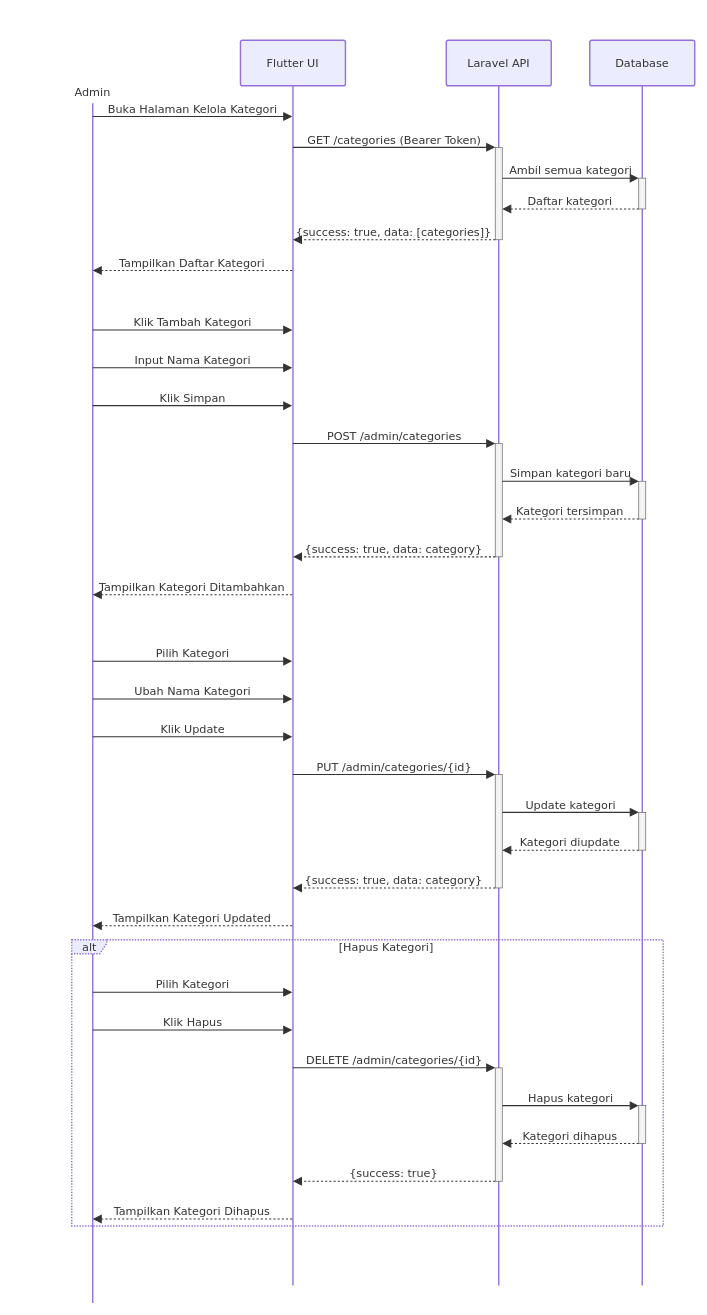
Earlier version of the draw.io diagram page "kelola kategori" (4 of 18) of assets/uml/sequence warmindo.drawio (RIOKOWI/warmindo_purnama_flutter). Source tidied: cells renumbered, new cells numbered last; positions are measured from the earlier drawing's top-left corner, leaving out a move shared by most shapes. Both pictures are drawn from the tidied source at 70%, with x=0, y=0 at pixel (12, 12).
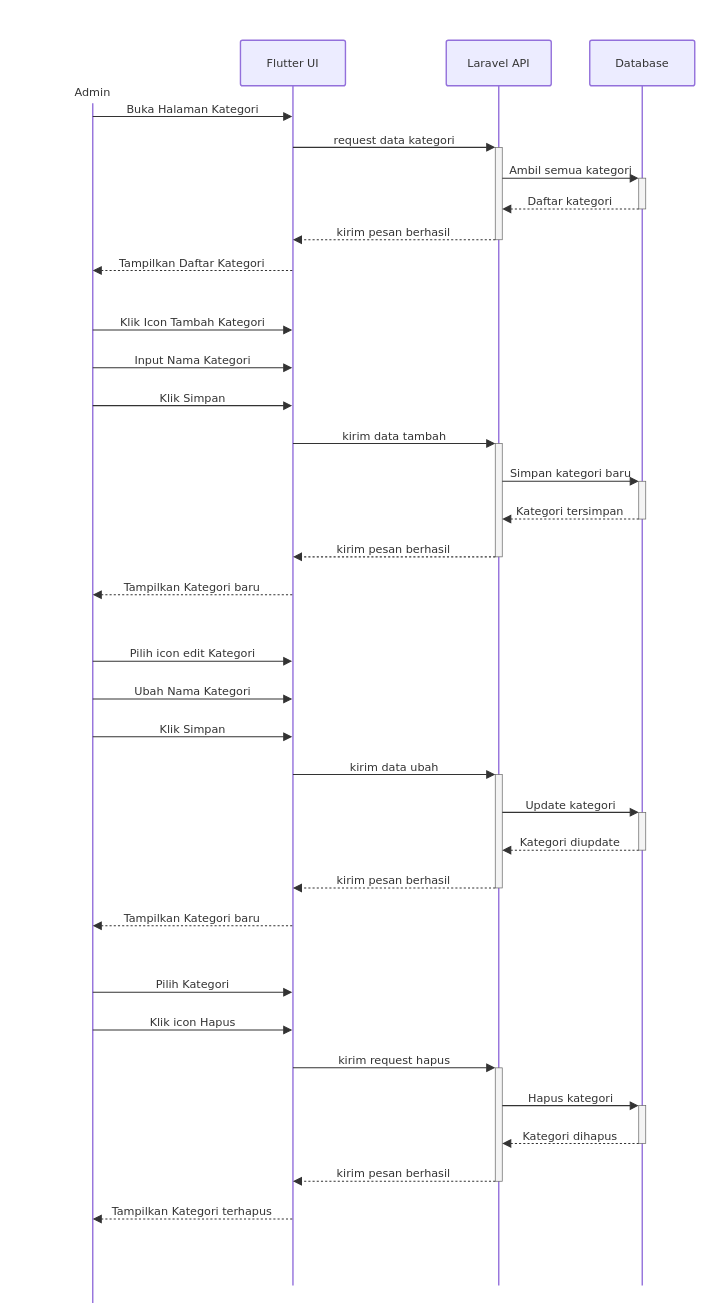
The same page after the edit.

Unchanged cells that the change refers to:
```xml
<mxCell id="2" style="group;transparentBounds=1;editIcon=1;lockedGroup=0;groupPadding=20;" parent="1" vertex="1">
  <mxGeometry as="geometry" />
</mxCell>
<mxCell id="3" value="Admin" style="html=1;shape=umlLifeline;perimeter=lifelinePerimeter;whiteSpace=wrap;outlineConnect=0;portConstraint=eastwest;newEdgeStyle={&quot;edgeStyle&quot;:&quot;elbowEdgeStyle&quot;,&quot;elbow&quot;:&quot;vertical&quot;,&quot;curved&quot;:0,&quot;rounded&quot;:0};lifelineDashed=0;strokeWidth=2;rounded=1;absoluteArcSize=1;arcSize=6;lifelineColor=light-dark(#9370DB,#cccccc);participant=seqActorStick;verticalAlign=bottom;align=center;spacingBottom=4;size=90;lifelineMirror=1;fillColor=light-dark(#ECECFF,#1f2020);strokeColor=light-dark(#9370DB,#cccccc);fontColor=light-dark(#333333,#cccccc);fontFamily=Trebuchet MS,Verdana,Arial,sans-serif;fontSize=16;" parent="2" vertex="1">
  <mxGeometry x="40" y="40" width="150" height="1804" as="geometry" />
</mxCell>
<mxCell id="4" value="Flutter UI" style="html=1;shape=umlLifeline;perimeter=lifelinePerimeter;whiteSpace=wrap;outlineConnect=0;portConstraint=eastwest;newEdgeStyle={&quot;edgeStyle&quot;:&quot;elbowEdgeStyle&quot;,&quot;elbow&quot;:&quot;vertical&quot;,&quot;curved&quot;:0,&quot;rounded&quot;:0};lifelineDashed=0;strokeWidth=2;rounded=1;absoluteArcSize=1;arcSize=6;lifelineColor=light-dark(#9370DB,#cccccc);size=65;lifelineMirror=1;fillColor=light-dark(#ECECFF,#1f2020);strokeColor=light-dark(#9370DB,#cccccc);fontColor=light-dark(#333333,#cccccc);fontFamily=Trebuchet MS,Verdana,Arial,sans-serif;fontSize=16;" parent="2" vertex="1">
  <mxGeometry x="326" y="40" width="150" height="1779" as="geometry" />
</mxCell>
<mxCell id="6" style="html=1;points=[];perimeter=orthogonalPerimeter;outlineConnect=0;targetShapes=umlLifeline;portConstraint=eastwest;newEdgeStyle={&quot;edgeStyle&quot;:&quot;elbowEdgeStyle&quot;,&quot;elbow&quot;:&quot;vertical&quot;,&quot;curved&quot;:0,&quot;rounded&quot;:0};fillColor=light-dark(#f4f4f4,#2a2a2a);strokeColor=light-dark(#666666,#cccccc);fontColor=light-dark(#333333,#cccccc);fontFamily=Trebuchet MS,Verdana,Arial,sans-serif;fontSize=16;" parent="5" vertex="1">
  <mxGeometry x="70" y="153" width="10" height="132" as="geometry" />
</mxCell>
<mxCell id="7" style="html=1;points=[];perimeter=orthogonalPerimeter;outlineConnect=0;targetShapes=umlLifeline;portConstraint=eastwest;newEdgeStyle={&quot;edgeStyle&quot;:&quot;elbowEdgeStyle&quot;,&quot;elbow&quot;:&quot;vertical&quot;,&quot;curved&quot;:0,&quot;rounded&quot;:0};fillColor=light-dark(#f4f4f4,#2a2a2a);strokeColor=light-dark(#666666,#cccccc);fontColor=light-dark(#333333,#cccccc);fontFamily=Trebuchet MS,Verdana,Arial,sans-serif;fontSize=16;" parent="5" vertex="1">
  <mxGeometry x="70" y="576" width="10" height="162" as="geometry" />
</mxCell>
<mxCell id="8" style="html=1;points=[];perimeter=orthogonalPerimeter;outlineConnect=0;targetShapes=umlLifeline;portConstraint=eastwest;newEdgeStyle={&quot;edgeStyle&quot;:&quot;elbowEdgeStyle&quot;,&quot;elbow&quot;:&quot;vertical&quot;,&quot;curved&quot;:0,&quot;rounded&quot;:0};fillColor=light-dark(#f4f4f4,#2a2a2a);strokeColor=light-dark(#666666,#cccccc);fontColor=light-dark(#333333,#cccccc);fontFamily=Trebuchet MS,Verdana,Arial,sans-serif;fontSize=16;" parent="5" vertex="1">
  <mxGeometry x="70" y="1049" width="10" height="162" as="geometry" />
</mxCell>
<mxCell id="9" style="html=1;points=[];perimeter=orthogonalPerimeter;outlineConnect=0;targetShapes=umlLifeline;portConstraint=eastwest;newEdgeStyle={&quot;edgeStyle&quot;:&quot;elbowEdgeStyle&quot;,&quot;elbow&quot;:&quot;vertical&quot;,&quot;curved&quot;:0,&quot;rounded&quot;:0};fillColor=light-dark(#f4f4f4,#2a2a2a);strokeColor=light-dark(#666666,#cccccc);fontColor=light-dark(#333333,#cccccc);fontFamily=Trebuchet MS,Verdana,Arial,sans-serif;fontSize=16;" parent="5" vertex="1">
  <mxGeometry x="70" y="1468" width="10" height="162" as="geometry" />
</mxCell>
```

The edit, as a diff of the source:
```diff
@@
-    <mxCell id="15" value="alt" style="html=1;shape=umlFrame;dashed=1;fixDash=1;dashPattern=2 2;strokeWidth=2;fillColor=light-dark(#ECECFF,#1f2020);strokeColor=light-dark(#9370DB,#cccccc);fontSize=16;align=center;verticalAlign=middle;fontFamily=Trebuchet MS,Verdana,Arial,sans-serif;fontColor=light-dark(#333333,#cccccc);height=20;width=50;" parent="2" vertex="1">
-      <mxGeometry x="85" y="1325" width="845" height="409" as="geometry" />
-    </mxCell>
-    <mxCell id="16" value="[Hapus Kategori]" style="text;strokeColor=none;fillColor=none;align=center;verticalAlign=middle;whiteSpace=wrap;fontSize=16;fontFamily=Trebuchet MS,Verdana,Arial,sans-serif;fontColor=light-dark(#333333,#cccccc);" parent="15" vertex="1">
-      <mxGeometry x="54" y="2" width="791" height="16" as="geometry" />
-    </mxCell>
-    <mxCell id="17" value="Buka Halaman Kelola Kategori" style="endArrow=block;endSize=9;verticalAlign=bottom;edgeStyle=elbowEdgeStyle;elbow=vertical;curved=0;rounded=0;fontSize=16;labelBackgroundColor=none;strokeWidth=1.5;strokeColor=light-dark(#333333,#cccccc);fontColor=light-dark(#333333,#cccccc);fontFamily=Trebuchet MS,Verdana,Arial,sans-serif;" parent="2" edge="1" source="3" target="4">
+    <mxCell id="17" value="Buka Halaman Kategori" style="endArrow=block;endSize=9;verticalAlign=bottom;edgeStyle=elbowEdgeStyle;elbow=vertical;curved=0;rounded=0;fontSize=16;labelBackgroundColor=none;strokeWidth=1.5;strokeColor=light-dark(#333333,#cccccc);fontColor=light-dark(#333333,#cccccc);fontFamily=Trebuchet MS,Verdana,Arial,sans-serif;" parent="2" edge="1" source="3" target="4">
       <mxGeometry relative="1" as="geometry">
         <Array as="points">
           <mxPoint x="258" y="149" />
         </Array>
       </mxGeometry>
     </mxCell>
-    <mxCell id="18" value="GET /categories (Bearer Token)" style="endArrow=block;endSize=9;verticalAlign=bottom;edgeStyle=elbowEdgeStyle;elbow=vertical;curved=0;rounded=0;fontSize=16;labelBackgroundColor=none;strokeWidth=1.5;strokeColor=light-dark(#333333,#cccccc);fontColor=light-dark(#333333,#cccccc);fontFamily=Trebuchet MS,Verdana,Arial,sans-serif;" parent="2" edge="1" source="4" target="6">
+    <mxCell id="18" value="request data kategori" style="endArrow=block;endSize=9;verticalAlign=bottom;edgeStyle=elbowEdgeStyle;elbow=vertical;curved=0;rounded=0;fontSize=16;labelBackgroundColor=none;strokeWidth=1.5;strokeColor=light-dark(#333333,#cccccc);fontColor=light-dark(#333333,#cccccc);fontFamily=Trebuchet MS,Verdana,Arial,sans-serif;" parent="2" edge="1" source="4" target="6">
       <mxGeometry relative="1" as="geometry">
         <Array as="points">
           <mxPoint x="546" y="193" />
         </Array>
       </mxGeometry>
     </mxCell>
@@
-    <mxCell id="21" value="{success: true, data: [categories]}" style="dashed=1;fixDash=1;dashPattern=3 3;endArrow=block;endSize=9;verticalAlign=bottom;edgeStyle=elbowEdgeStyle;elbow=vertical;curved=0;rounded=0;fontSize=16;labelBackgroundColor=none;strokeWidth=1.5;strokeColor=light-dark(#333333,#cccccc);fontColor=light-dark(#333333,#cccccc);fontFamily=Trebuchet MS,Verdana,Arial,sans-serif;" parent="2" edge="1" source="6" target="4">
+    <mxCell id="21" value="kirim pesan berhasil" style="dashed=1;fixDash=1;dashPattern=3 3;endArrow=block;endSize=9;verticalAlign=bottom;edgeStyle=elbowEdgeStyle;elbow=vertical;curved=0;rounded=0;fontSize=16;labelBackgroundColor=none;strokeWidth=1.5;strokeColor=light-dark(#333333,#cccccc);fontColor=light-dark(#333333,#cccccc);fontFamily=Trebuchet MS,Verdana,Arial,sans-serif;" parent="2" edge="1" source="6" target="4">
       <mxGeometry relative="1" as="geometry">
         <Array as="points">
           <mxPoint x="546" y="325" />
         </Array>
       </mxGeometry>
     </mxCell>
@@
-    <mxCell id="23" value="Klik Tambah Kategori" style="endArrow=block;endSize=9;verticalAlign=bottom;edgeStyle=elbowEdgeStyle;elbow=vertical;curved=0;rounded=0;fontSize=16;labelBackgroundColor=none;strokeWidth=1.5;strokeColor=light-dark(#333333,#cccccc);fontColor=light-dark(#333333,#cccccc);fontFamily=Trebuchet MS,Verdana,Arial,sans-serif;" parent="2" edge="1" source="3" target="4">
+    <mxCell id="23" value="Klik Icon Tambah Kategori" style="endArrow=block;endSize=9;verticalAlign=bottom;edgeStyle=elbowEdgeStyle;elbow=vertical;curved=0;rounded=0;fontSize=16;labelBackgroundColor=none;strokeWidth=1.5;strokeColor=light-dark(#333333,#cccccc);fontColor=light-dark(#333333,#cccccc);fontFamily=Trebuchet MS,Verdana,Arial,sans-serif;" parent="2" edge="1" source="3" target="4">
       <mxGeometry relative="1" as="geometry">
         <Array as="points">
           <mxPoint x="258" y="454" />
         </Array>
       </mxGeometry>
     </mxCell>
@@
-    <mxCell id="26" value="POST /admin/categories" style="endArrow=block;endSize=9;verticalAlign=bottom;edgeStyle=elbowEdgeStyle;elbow=vertical;curved=0;rounded=0;fontSize=16;labelBackgroundColor=none;strokeWidth=1.5;strokeColor=light-dark(#333333,#cccccc);fontColor=light-dark(#333333,#cccccc);fontFamily=Trebuchet MS,Verdana,Arial,sans-serif;" parent="2" edge="1" source="4" target="7">
+    <mxCell id="26" value="kirim data tambah" style="endArrow=block;endSize=9;verticalAlign=bottom;edgeStyle=elbowEdgeStyle;elbow=vertical;curved=0;rounded=0;fontSize=16;labelBackgroundColor=none;strokeWidth=1.5;strokeColor=light-dark(#333333,#cccccc);fontColor=light-dark(#333333,#cccccc);fontFamily=Trebuchet MS,Verdana,Arial,sans-serif;" parent="2" edge="1" source="4" target="7">
       <mxGeometry relative="1" as="geometry">
         <Array as="points">
           <mxPoint x="546" y="616" />
         </Array>
       </mxGeometry>
     </mxCell>
@@
-    <mxCell id="29" value="{success: true, data: category}" style="dashed=1;fixDash=1;dashPattern=3 3;endArrow=block;endSize=9;verticalAlign=bottom;edgeStyle=elbowEdgeStyle;elbow=vertical;curved=0;rounded=0;fontSize=16;labelBackgroundColor=none;strokeWidth=1.5;strokeColor=light-dark(#333333,#cccccc);fontColor=light-dark(#333333,#cccccc);fontFamily=Trebuchet MS,Verdana,Arial,sans-serif;" parent="2" edge="1" source="7" target="4">
+    <mxCell id="29" value="kirim pesan berhasil" style="dashed=1;fixDash=1;dashPattern=3 3;endArrow=block;endSize=9;verticalAlign=bottom;edgeStyle=elbowEdgeStyle;elbow=vertical;curved=0;rounded=0;fontSize=16;labelBackgroundColor=none;strokeWidth=1.5;strokeColor=light-dark(#333333,#cccccc);fontColor=light-dark(#333333,#cccccc);fontFamily=Trebuchet MS,Verdana,Arial,sans-serif;" parent="2" edge="1" source="7" target="4">
       <mxGeometry relative="1" as="geometry">
         <Array as="points">
           <mxPoint x="546" y="778" />
         </Array>
       </mxGeometry>
     </mxCell>
-    <mxCell id="30" value="Tampilkan Kategori Ditambahkan" style="dashed=1;fixDash=1;dashPattern=3 3;endArrow=block;endSize=9;verticalAlign=bottom;edgeStyle=elbowEdgeStyle;elbow=vertical;curved=0;rounded=0;fontSize=16;labelBackgroundColor=none;strokeWidth=1.5;strokeColor=light-dark(#333333,#cccccc);fontColor=light-dark(#333333,#cccccc);fontFamily=Trebuchet MS,Verdana,Arial,sans-serif;" parent="2" edge="1" source="4" target="3">
+    <mxCell id="30" value="Tampilkan Kategori baru" style="dashed=1;fixDash=1;dashPattern=3 3;endArrow=block;endSize=9;verticalAlign=bottom;edgeStyle=elbowEdgeStyle;elbow=vertical;curved=0;rounded=0;fontSize=16;labelBackgroundColor=none;strokeWidth=1.5;strokeColor=light-dark(#333333,#cccccc);fontColor=light-dark(#333333,#cccccc);fontFamily=Trebuchet MS,Verdana,Arial,sans-serif;" parent="2" edge="1" source="4" target="3">
       <mxGeometry relative="1" as="geometry">
         <Array as="points">
           <mxPoint x="258" y="832" />
         </Array>
       </mxGeometry>
     </mxCell>
-    <mxCell id="31" value="Pilih Kategori" style="endArrow=block;endSize=9;verticalAlign=bottom;edgeStyle=elbowEdgeStyle;elbow=vertical;curved=0;rounded=0;fontSize=16;labelBackgroundColor=none;strokeWidth=1.5;strokeColor=light-dark(#333333,#cccccc);fontColor=light-dark(#333333,#cccccc);fontFamily=Trebuchet MS,Verdana,Arial,sans-serif;" parent="2" edge="1" source="3" target="4">
+    <mxCell id="31" value="Pilih icon edit Kategori" style="endArrow=block;endSize=9;verticalAlign=bottom;edgeStyle=elbowEdgeStyle;elbow=vertical;curved=0;rounded=0;fontSize=16;labelBackgroundColor=none;strokeWidth=1.5;strokeColor=light-dark(#333333,#cccccc);fontColor=light-dark(#333333,#cccccc);fontFamily=Trebuchet MS,Verdana,Arial,sans-serif;" parent="2" edge="1" source="3" target="4">
       <mxGeometry relative="1" as="geometry">
         <Array as="points">
           <mxPoint x="258" y="927" />
         </Array>
       </mxGeometry>
     </mxCell>
@@
-    <mxCell id="33" value="Klik Update" style="endArrow=block;endSize=9;verticalAlign=bottom;edgeStyle=elbowEdgeStyle;elbow=vertical;curved=0;rounded=0;fontSize=16;labelBackgroundColor=none;strokeWidth=1.5;strokeColor=light-dark(#333333,#cccccc);fontColor=light-dark(#333333,#cccccc);fontFamily=Trebuchet MS,Verdana,Arial,sans-serif;" parent="2" edge="1" source="3" target="4">
+    <mxCell id="33" value="Klik Simpan" style="endArrow=block;endSize=9;verticalAlign=bottom;edgeStyle=elbowEdgeStyle;elbow=horizontal;curved=0;rounded=0;fontSize=16;labelBackgroundColor=none;strokeWidth=1.5;strokeColor=light-dark(#333333,#cccccc);fontColor=light-dark(#333333,#cccccc);fontFamily=Trebuchet MS,Verdana,Arial,sans-serif;" parent="2" edge="1" source="3" target="4">
       <mxGeometry relative="1" as="geometry">
         <Array as="points">
           <mxPoint x="258" y="1035" />
         </Array>
       </mxGeometry>
     </mxCell>
-    <mxCell id="34" value="PUT /admin/categories/{id}" style="endArrow=block;endSize=9;verticalAlign=bottom;edgeStyle=elbowEdgeStyle;elbow=vertical;curved=0;rounded=0;fontSize=16;labelBackgroundColor=none;strokeWidth=1.5;strokeColor=light-dark(#333333,#cccccc);fontColor=light-dark(#333333,#cccccc);fontFamily=Trebuchet MS,Verdana,Arial,sans-serif;" parent="2" edge="1" source="4" target="8">
+    <mxCell id="34" value="kirim data ubah" style="endArrow=block;endSize=9;verticalAlign=bottom;edgeStyle=elbowEdgeStyle;elbow=vertical;curved=0;rounded=0;fontSize=16;labelBackgroundColor=none;strokeWidth=1.5;strokeColor=light-dark(#333333,#cccccc);fontColor=light-dark(#333333,#cccccc);fontFamily=Trebuchet MS,Verdana,Arial,sans-serif;" parent="2" edge="1" source="4" target="8">
       <mxGeometry relative="1" as="geometry">
         <Array as="points">
           <mxPoint x="546" y="1089" />
         </Array>
       </mxGeometry>
     </mxCell>
@@
-    <mxCell id="37" value="{success: true, data: category}" style="dashed=1;fixDash=1;dashPattern=3 3;endArrow=block;endSize=9;verticalAlign=bottom;edgeStyle=elbowEdgeStyle;elbow=vertical;curved=0;rounded=0;fontSize=16;labelBackgroundColor=none;strokeWidth=1.5;strokeColor=light-dark(#333333,#cccccc);fontColor=light-dark(#333333,#cccccc);fontFamily=Trebuchet MS,Verdana,Arial,sans-serif;" parent="2" edge="1" source="8" target="4">
+    <mxCell id="37" value="kirim pesan berhasil" style="dashed=1;fixDash=1;dashPattern=3 3;endArrow=block;endSize=9;verticalAlign=bottom;edgeStyle=elbowEdgeStyle;elbow=vertical;curved=0;rounded=0;fontSize=16;labelBackgroundColor=none;strokeWidth=1.5;strokeColor=light-dark(#333333,#cccccc);fontColor=light-dark(#333333,#cccccc);fontFamily=Trebuchet MS,Verdana,Arial,sans-serif;" parent="2" edge="1" source="8" target="4">
       <mxGeometry relative="1" as="geometry">
         <Array as="points">
           <mxPoint x="546" y="1251" />
         </Array>
       </mxGeometry>
     </mxCell>
-    <mxCell id="38" value="Tampilkan Kategori Updated" style="dashed=1;fixDash=1;dashPattern=3 3;endArrow=block;endSize=9;verticalAlign=bottom;edgeStyle=elbowEdgeStyle;elbow=vertical;curved=0;rounded=0;fontSize=16;labelBackgroundColor=none;strokeWidth=1.5;strokeColor=light-dark(#333333,#cccccc);fontColor=light-dark(#333333,#cccccc);fontFamily=Trebuchet MS,Verdana,Arial,sans-serif;" parent="2" edge="1" source="4" target="3">
+    <mxCell id="38" value="Tampilkan Kategori baru" style="dashed=1;fixDash=1;dashPattern=3 3;endArrow=block;endSize=9;verticalAlign=bottom;edgeStyle=elbowEdgeStyle;elbow=vertical;curved=0;rounded=0;fontSize=16;labelBackgroundColor=none;strokeWidth=1.5;strokeColor=light-dark(#333333,#cccccc);fontColor=light-dark(#333333,#cccccc);fontFamily=Trebuchet MS,Verdana,Arial,sans-serif;" parent="2" edge="1" source="4" target="3">
       <mxGeometry relative="1" as="geometry">
         <Array as="points">
           <mxPoint x="258" y="1305" />
         </Array>
       </mxGeometry>
     </mxCell>
@@
-    <mxCell id="40" value="Klik Hapus" style="endArrow=block;endSize=9;verticalAlign=bottom;edgeStyle=elbowEdgeStyle;elbow=vertical;curved=0;rounded=0;fontSize=16;labelBackgroundColor=none;strokeWidth=1.5;strokeColor=light-dark(#333333,#cccccc);fontColor=light-dark(#333333,#cccccc);fontFamily=Trebuchet MS,Verdana,Arial,sans-serif;" parent="2" edge="1" source="3" target="4">
+    <mxCell id="40" value="Klik icon Hapus" style="endArrow=block;endSize=9;verticalAlign=bottom;edgeStyle=elbowEdgeStyle;elbow=horizontal;curved=0;rounded=0;fontSize=16;labelBackgroundColor=none;strokeWidth=1.5;strokeColor=light-dark(#333333,#cccccc);fontColor=light-dark(#333333,#cccccc);fontFamily=Trebuchet MS,Verdana,Arial,sans-serif;" parent="2" edge="1" source="3" target="4">
       <mxGeometry relative="1" as="geometry">
         <Array as="points">
           <mxPoint x="258" y="1454" />
         </Array>
       </mxGeometry>
     </mxCell>
-    <mxCell id="41" value="DELETE /admin/categories/{id}" style="endArrow=block;endSize=9;verticalAlign=bottom;edgeStyle=elbowEdgeStyle;elbow=vertical;curved=0;rounded=0;fontSize=16;labelBackgroundColor=none;strokeWidth=1.5;strokeColor=light-dark(#333333,#cccccc);fontColor=light-dark(#333333,#cccccc);fontFamily=Trebuchet MS,Verdana,Arial,sans-serif;" parent="2" edge="1" source="4" target="9">
+    <mxCell id="41" value="kirim request hapus" style="endArrow=block;endSize=9;verticalAlign=bottom;edgeStyle=elbowEdgeStyle;elbow=vertical;curved=0;rounded=0;fontSize=16;labelBackgroundColor=none;strokeWidth=1.5;strokeColor=light-dark(#333333,#cccccc);fontColor=light-dark(#333333,#cccccc);fontFamily=Trebuchet MS,Verdana,Arial,sans-serif;" parent="2" edge="1" source="4" target="9">
       <mxGeometry relative="1" as="geometry">
         <Array as="points">
           <mxPoint x="546" y="1508" />
         </Array>
       </mxGeometry>
     </mxCell>
@@
-    <mxCell id="44" value="{success: true}" style="dashed=1;fixDash=1;dashPattern=3 3;endArrow=block;endSize=9;verticalAlign=bottom;edgeStyle=elbowEdgeStyle;elbow=vertical;curved=0;rounded=0;fontSize=16;labelBackgroundColor=none;strokeWidth=1.5;strokeColor=light-dark(#333333,#cccccc);fontColor=light-dark(#333333,#cccccc);fontFamily=Trebuchet MS,Verdana,Arial,sans-serif;" parent="2" edge="1" source="9" target="4">
+    <mxCell id="44" value="kirim pesan berhasil" style="dashed=1;fixDash=1;dashPattern=3 3;endArrow=block;endSize=9;verticalAlign=bottom;edgeStyle=elbowEdgeStyle;elbow=horizontal;curved=0;rounded=0;fontSize=16;labelBackgroundColor=none;strokeWidth=1.5;strokeColor=light-dark(#333333,#cccccc);fontColor=light-dark(#333333,#cccccc);fontFamily=Trebuchet MS,Verdana,Arial,sans-serif;" parent="2" edge="1" source="9" target="4">
       <mxGeometry relative="1" as="geometry">
         <Array as="points">
           <mxPoint x="546" y="1670" />
         </Array>
       </mxGeometry>
     </mxCell>
-    <mxCell id="45" value="Tampilkan Kategori Dihapus" style="dashed=1;fixDash=1;dashPattern=3 3;endArrow=block;endSize=9;verticalAlign=bottom;edgeStyle=elbowEdgeStyle;elbow=vertical;curved=0;rounded=0;fontSize=16;labelBackgroundColor=none;strokeWidth=1.5;strokeColor=light-dark(#333333,#cccccc);fontColor=light-dark(#333333,#cccccc);fontFamily=Trebuchet MS,Verdana,Arial,sans-serif;" parent="2" edge="1" source="4" target="3">
+    <mxCell id="45" value="Tampilkan Kategori terhapus" style="dashed=1;fixDash=1;dashPattern=3 3;endArrow=block;endSize=9;verticalAlign=bottom;edgeStyle=elbowEdgeStyle;elbow=vertical;curved=0;rounded=0;fontSize=16;labelBackgroundColor=none;strokeWidth=1.5;strokeColor=light-dark(#333333,#cccccc);fontColor=light-dark(#333333,#cccccc);fontFamily=Trebuchet MS,Verdana,Arial,sans-serif;" parent="2" edge="1" source="4" target="3">
       <mxGeometry relative="1" as="geometry">
         <Array as="points">
           <mxPoint x="258" y="1724" />
         </Array>
       </mxGeometry>
     </mxCell>
```
